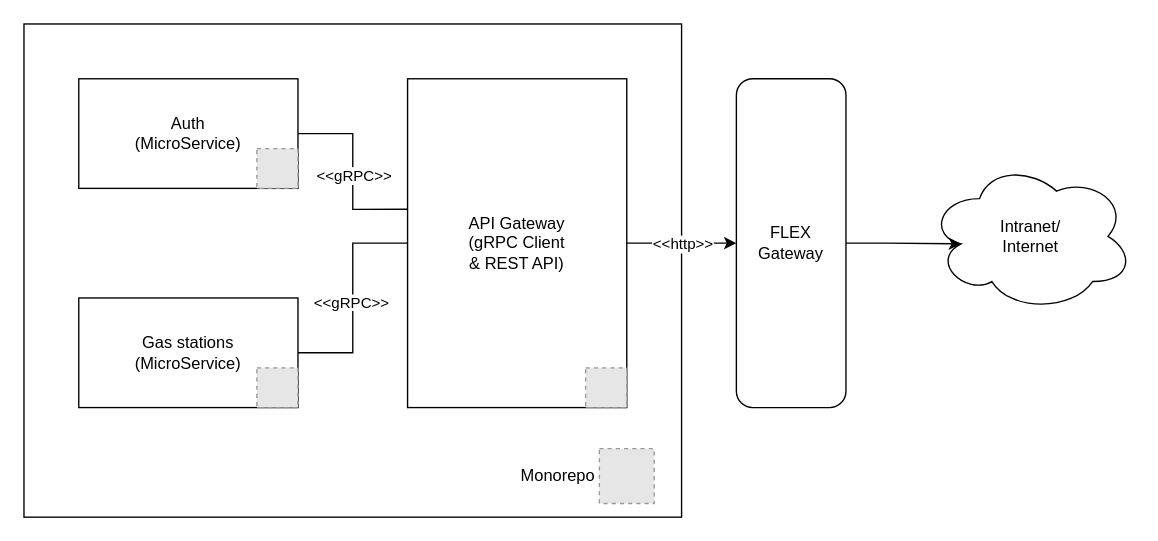
The draw.io diagram drawio/mams/dd-twins/grpc.drawio in scrodrig/Diagrams, before the edit. Source tidied: cells renumbered, new cells numbered last; positions are measured from the earlier drawing's top-left corner, leaving out a move shared by most shapes. Both pictures are drawn from the tidied source at 137%, with x=0, y=0 at pixel (23, 23). Pictures stored in the file or linked from it are replaced by grey dashed boxes.
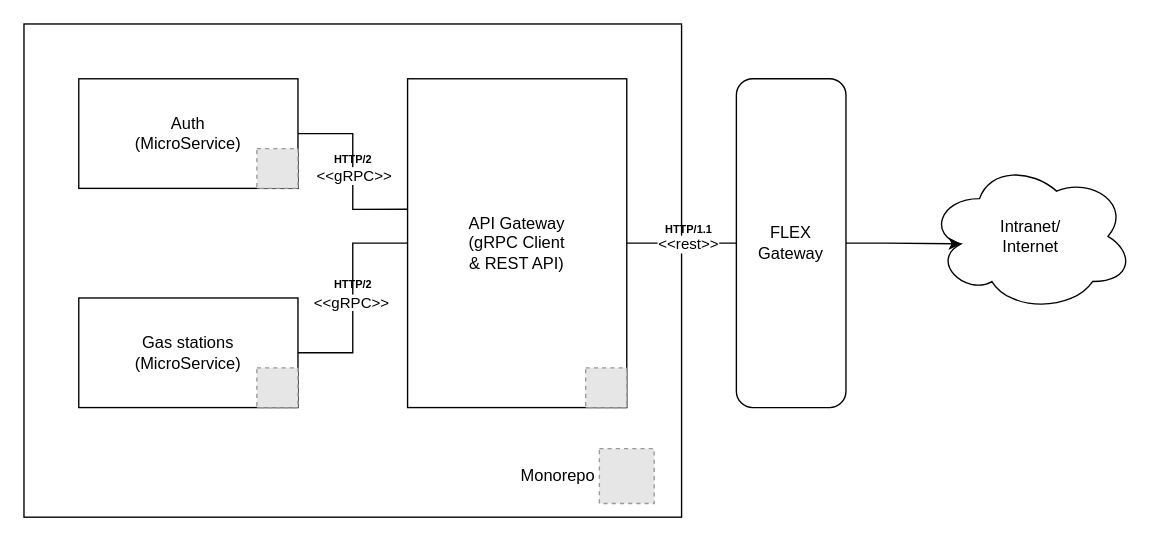
Above is the later version.

Unchanged cells that the change refers to:
```xml
<mxCell id="8" value="API Gateway&lt;div&gt;(gRPC Client &lt;br&gt;&amp;amp; REST API)&lt;/div&gt;" style="rounded=0;whiteSpace=wrap;html=1;" parent="1" vertex="1">
  <mxGeometry x="280" y="40" width="160" height="240" as="geometry" />
</mxCell>
<mxCell id="10" value="FLEX Gateway" style="rounded=1;whiteSpace=wrap;html=1;" parent="1" vertex="1">
  <mxGeometry x="520" y="40" width="80" height="240" as="geometry" />
</mxCell>
```

The edit, as a diff of the source:
```diff
@@
-    <mxCell id="6" style="edgeStyle=orthogonalEdgeStyle;rounded=0;jettySize=auto;html=1;" parent="1" edge="1" source="8" target="10">
+    <mxCell id="6" style="edgeStyle=orthogonalEdgeStyle;rounded=0;jettySize=auto;html=1;endArrow=none;endFill=0;" parent="1" edge="1" source="8" target="10">
       <mxGeometry relative="1" as="geometry" />
     </mxCell>
-    <mxCell id="7" value="&amp;lt;&amp;lt;http&amp;gt;&amp;gt;" style="edgeLabel;html=1;align=center;verticalAlign=middle;" parent="6" vertex="1">
-      <mxGeometry x="0.2" y="-1" relative="1" as="geometry">
-        <mxPoint x="-8" y="-1" as="offset" />
-      </mxGeometry>
-    </mxCell>
+    <mxCell id="20" value="&amp;lt;&amp;lt;rest&amp;gt;&amp;gt;" style="edgeLabel;html=1;align=center;verticalAlign=middle;" parent="6" vertex="1">
+      <mxGeometry x="0.09" relative="1" as="geometry" />
+    </mxCell>
@@
+    <mxCell id="21" value="&lt;span style=&quot;font-size: 8px;&quot;&gt;HTTP/1.1&lt;/span&gt;" style="text;html=1;align=center;verticalAlign=middle;strokeColor=none;fillColor=none;fontSize=8;fontStyle=1;" parent="1" vertex="1">
+      <mxGeometry x="455" y="140" width="60" height="20" as="geometry" />
+    </mxCell>
+    <mxCell id="22" value="&lt;span style=&quot;font-size: 8px;&quot;&gt;HTTP/2&lt;/span&gt;" style="text;html=1;align=center;verticalAlign=middle;strokeColor=none;fillColor=none;fontSize=8;fontStyle=1;" parent="1" vertex="1">
+      <mxGeometry x="215" y="180" width="50" height="20" as="geometry" />
+    </mxCell>
+    <mxCell id="23" value="&lt;span style=&quot;font-size: 8px;&quot;&gt;HTTP/2&lt;/span&gt;" style="text;html=1;align=center;verticalAlign=middle;strokeColor=none;fillColor=none;fontSize=8;fontStyle=1;" parent="1" vertex="1">
+      <mxGeometry x="215" y="89" width="50" height="20" as="geometry" />
+    </mxCell>
```
